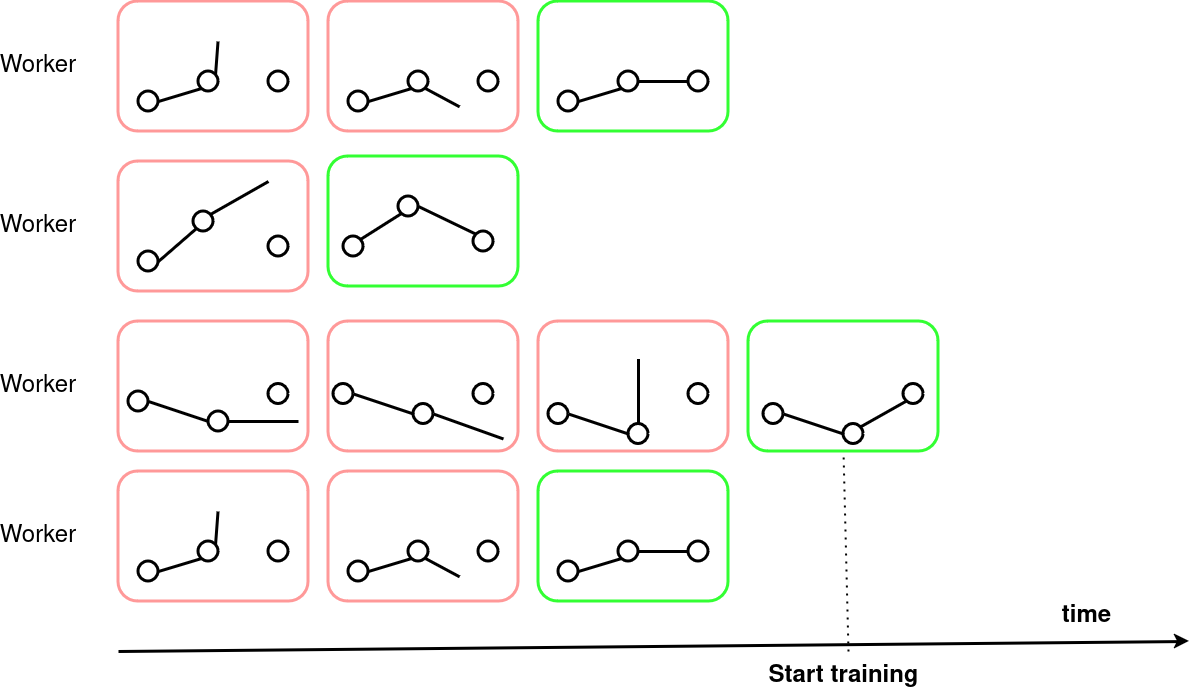
Before: moma_deep/threaded_training.drawio.png, a diagram exported from draw.io (JonasBlx/graph). Source tidied: cells renumbered, new cells last; positions are measured from the earlier drawing's top-left corner, leaving out a move shared by most shapes. The source it was exported from:
```xml
<mxGraphModel>
  <root>
    <mxCell id="0" />
    <mxCell id="1" parent="0" />
    <mxCell id="2" style="rounded=1;whiteSpace=wrap;html=1;strokeColor=#FF9999;strokeWidth=3;" parent="1" vertex="1">
      <mxGeometry x="110" width="190" height="130" as="geometry" />
    </mxCell>
    <mxCell id="3" style="ellipse;whiteSpace=wrap;html=1;strokeWidth=3;" parent="1" vertex="1">
      <mxGeometry x="130" y="90" width="20" height="20" as="geometry" />
    </mxCell>
    <mxCell id="4" style="endArrow=none;html=1;rounded=0;exitX=1;exitY=0.5;exitDx=0;exitDy=0;entryX=0;entryY=1;entryDx=0;entryDy=0;strokeWidth=3;" parent="1" edge="1" source="3" target="5">
      <mxGeometry relative="1" as="geometry" />
    </mxCell>
    <mxCell id="5" style="ellipse;whiteSpace=wrap;html=1;strokeWidth=3;" parent="1" vertex="1">
      <mxGeometry x="190" y="70" width="20" height="20" as="geometry" />
    </mxCell>
    <mxCell id="6" style="endArrow=none;html=1;rounded=0;exitX=1;exitY=0;exitDx=0;exitDy=0;strokeWidth=3;" parent="1" edge="1" source="5">
      <mxGeometry relative="1" as="geometry">
        <mxPoint x="209.5" y="40" as="targetPoint" />
      </mxGeometry>
    </mxCell>
    <mxCell id="7" style="ellipse;whiteSpace=wrap;html=1;strokeWidth=3;" parent="1" vertex="1">
      <mxGeometry x="260" y="70" width="20" height="20" as="geometry" />
    </mxCell>
    <mxCell id="8" style="rounded=1;whiteSpace=wrap;html=1;strokeColor=#FF9999;strokeWidth=3;" parent="1" vertex="1">
      <mxGeometry x="320" width="190" height="130" as="geometry" />
    </mxCell>
    <mxCell id="9" style="ellipse;whiteSpace=wrap;html=1;strokeWidth=3;" parent="1" vertex="1">
      <mxGeometry x="340" y="90" width="20" height="20" as="geometry" />
    </mxCell>
    <mxCell id="10" style="endArrow=none;html=1;rounded=0;exitX=1;exitY=0.5;exitDx=0;exitDy=0;entryX=0;entryY=1;entryDx=0;entryDy=0;strokeWidth=3;" parent="1" edge="1" source="9" target="11">
      <mxGeometry relative="1" as="geometry" />
    </mxCell>
    <mxCell id="11" style="ellipse;whiteSpace=wrap;html=1;strokeWidth=3;" parent="1" vertex="1">
      <mxGeometry x="400" y="70" width="20" height="20" as="geometry" />
    </mxCell>
    <mxCell id="12" style="endArrow=none;html=1;rounded=0;exitX=1;exitY=1;exitDx=0;exitDy=0;strokeWidth=3;" parent="1" edge="1" source="11">
      <mxGeometry relative="1" as="geometry">
        <mxPoint x="451.1" y="105.4" as="targetPoint" />
      </mxGeometry>
    </mxCell>
    <mxCell id="13" style="ellipse;whiteSpace=wrap;html=1;strokeWidth=3;" parent="1" vertex="1">
      <mxGeometry x="470" y="70" width="20" height="20" as="geometry" />
    </mxCell>
    <mxCell id="14" style="rounded=1;whiteSpace=wrap;html=1;strokeColor=#33FF33;strokeWidth=3;" parent="1" vertex="1">
      <mxGeometry x="530" width="190" height="130" as="geometry" />
    </mxCell>
    <mxCell id="15" style="ellipse;whiteSpace=wrap;html=1;strokeWidth=3;" parent="1" vertex="1">
      <mxGeometry x="550" y="90" width="20" height="20" as="geometry" />
    </mxCell>
    <mxCell id="16" style="endArrow=none;html=1;rounded=0;exitX=1;exitY=0.5;exitDx=0;exitDy=0;entryX=0;entryY=1;entryDx=0;entryDy=0;strokeWidth=3;" parent="1" edge="1" source="15" target="17">
      <mxGeometry relative="1" as="geometry" />
    </mxCell>
    <mxCell id="17" style="ellipse;whiteSpace=wrap;html=1;strokeWidth=3;" parent="1" vertex="1">
      <mxGeometry x="610" y="70" width="20" height="20" as="geometry" />
    </mxCell>
    <mxCell id="18" style="endArrow=none;html=1;rounded=0;exitX=1;exitY=0.5;exitDx=0;exitDy=0;entryX=0;entryY=0.5;entryDx=0;entryDy=0;strokeWidth=3;" parent="1" edge="1" source="17" target="19">
      <mxGeometry relative="1" as="geometry" />
    </mxCell>
    <mxCell id="19" style="ellipse;whiteSpace=wrap;html=1;strokeWidth=3;" parent="1" vertex="1">
      <mxGeometry x="680" y="70" width="20" height="20" as="geometry" />
    </mxCell>
    <mxCell id="20" style="rounded=1;whiteSpace=wrap;html=1;strokeColor=#FF9999;strokeWidth=3;" parent="1" vertex="1">
      <mxGeometry x="110" y="160" width="190" height="130" as="geometry" />
    </mxCell>
    <mxCell id="21" style="rounded=1;whiteSpace=wrap;html=1;strokeColor=#33FF33;strokeWidth=3;" parent="1" vertex="1">
      <mxGeometry x="320" y="155" width="190" height="130" as="geometry" />
    </mxCell>
    <mxCell id="22" style="ellipse;whiteSpace=wrap;html=1;strokeWidth=3;" parent="1" vertex="1">
      <mxGeometry x="130" y="250" width="20" height="20" as="geometry" />
    </mxCell>
    <mxCell id="23" style="endArrow=none;html=1;rounded=0;exitX=1;exitY=0.5;exitDx=0;exitDy=0;entryX=0;entryY=1;entryDx=0;entryDy=0;strokeWidth=3;" parent="1" edge="1" source="22" target="24">
      <mxGeometry relative="1" as="geometry" />
    </mxCell>
    <mxCell id="24" style="ellipse;whiteSpace=wrap;html=1;strokeWidth=3;" parent="1" vertex="1">
      <mxGeometry x="185" y="210" width="20" height="20" as="geometry" />
    </mxCell>
    <mxCell id="25" style="ellipse;whiteSpace=wrap;html=1;strokeWidth=3;" parent="1" vertex="1">
      <mxGeometry x="260" y="235" width="20" height="20" as="geometry" />
    </mxCell>
    <mxCell id="26" style="endArrow=none;html=1;rounded=0;entryX=1;entryY=0;entryDx=0;entryDy=0;strokeWidth=3;" parent="1" edge="1" target="24">
      <mxGeometry relative="1" as="geometry">
        <mxPoint x="260" y="180" as="sourcePoint" />
      </mxGeometry>
    </mxCell>
    <mxCell id="27" style="ellipse;whiteSpace=wrap;html=1;strokeWidth=3;" parent="1" vertex="1">
      <mxGeometry x="335" y="235" width="20" height="20" as="geometry" />
    </mxCell>
    <mxCell id="28" style="endArrow=none;html=1;rounded=0;exitX=1;exitY=0;exitDx=0;exitDy=0;entryX=0;entryY=1;entryDx=0;entryDy=0;strokeWidth=3;" parent="1" edge="1" source="27" target="29">
      <mxGeometry relative="1" as="geometry" />
    </mxCell>
    <mxCell id="29" style="ellipse;whiteSpace=wrap;html=1;strokeWidth=3;" parent="1" vertex="1">
      <mxGeometry x="390" y="195" width="20" height="20" as="geometry" />
    </mxCell>
    <mxCell id="30" style="ellipse;whiteSpace=wrap;html=1;strokeWidth=3;" parent="1" vertex="1">
      <mxGeometry x="465" y="230" width="20" height="20" as="geometry" />
    </mxCell>
    <mxCell id="31" style="endArrow=none;html=1;rounded=0;entryX=1;entryY=0.5;entryDx=0;entryDy=0;exitX=0;exitY=0;exitDx=0;exitDy=0;strokeWidth=3;" parent="1" edge="1" source="30" target="29">
      <mxGeometry relative="1" as="geometry" />
    </mxCell>
    <mxCell id="32" style="rounded=1;whiteSpace=wrap;html=1;strokeColor=#FF9999;strokeWidth=3;" parent="1" vertex="1">
      <mxGeometry x="110" y="320" width="190" height="130" as="geometry" />
    </mxCell>
    <mxCell id="33" style="rounded=1;whiteSpace=wrap;html=1;strokeColor=#FF9999;strokeWidth=3;" parent="1" vertex="1">
      <mxGeometry x="320" y="320" width="190" height="130" as="geometry" />
    </mxCell>
    <mxCell id="34" style="rounded=1;whiteSpace=wrap;html=1;strokeColor=#FF9999;strokeWidth=3;" parent="1" vertex="1">
      <mxGeometry x="530" y="320" width="190" height="130" as="geometry" />
    </mxCell>
    <mxCell id="35" style="rounded=1;whiteSpace=wrap;html=1;strokeColor=#33FF33;strokeWidth=3;" parent="1" vertex="1">
      <mxGeometry x="740" y="320" width="190" height="130" as="geometry" />
    </mxCell>
    <mxCell id="36" style="ellipse;whiteSpace=wrap;html=1;strokeWidth=3;" parent="1" vertex="1">
      <mxGeometry x="120" y="390" width="20" height="20" as="geometry" />
    </mxCell>
    <mxCell id="37" style="endArrow=none;html=1;rounded=0;exitX=1;exitY=0.5;exitDx=0;exitDy=0;entryX=0;entryY=0.5;entryDx=0;entryDy=0;strokeWidth=3;" parent="1" edge="1" source="36" target="38">
      <mxGeometry relative="1" as="geometry" />
    </mxCell>
    <mxCell id="38" style="ellipse;whiteSpace=wrap;html=1;strokeWidth=3;" parent="1" vertex="1">
      <mxGeometry x="200" y="410" width="20" height="20" as="geometry" />
    </mxCell>
    <mxCell id="39" style="ellipse;whiteSpace=wrap;html=1;strokeWidth=3;" parent="1" vertex="1">
      <mxGeometry x="260" y="382.5" width="20" height="20" as="geometry" />
    </mxCell>
    <mxCell id="40" style="endArrow=none;html=1;rounded=0;entryX=1;entryY=0.5;entryDx=0;entryDy=0;strokeWidth=3;" parent="1" edge="1" target="38">
      <mxGeometry relative="1" as="geometry">
        <mxPoint x="290" y="420" as="sourcePoint" />
      </mxGeometry>
    </mxCell>
    <mxCell id="41" style="ellipse;whiteSpace=wrap;html=1;strokeWidth=3;" parent="1" vertex="1">
      <mxGeometry x="325" y="382.5" width="20" height="20" as="geometry" />
    </mxCell>
    <mxCell id="42" style="endArrow=none;html=1;rounded=0;exitX=1;exitY=0.5;exitDx=0;exitDy=0;entryX=0;entryY=0.5;entryDx=0;entryDy=0;strokeWidth=3;" parent="1" edge="1" source="41" target="43">
      <mxGeometry relative="1" as="geometry" />
    </mxCell>
    <mxCell id="43" style="ellipse;whiteSpace=wrap;html=1;strokeWidth=3;" parent="1" vertex="1">
      <mxGeometry x="405" y="402.5" width="20" height="20" as="geometry" />
    </mxCell>
    <mxCell id="44" style="ellipse;whiteSpace=wrap;html=1;strokeWidth=3;" parent="1" vertex="1">
      <mxGeometry x="465" y="382.5" width="20" height="20" as="geometry" />
    </mxCell>
    <mxCell id="45" style="endArrow=none;html=1;rounded=0;entryX=1;entryY=0.5;entryDx=0;entryDy=0;strokeWidth=3;" parent="1" edge="1" target="43">
      <mxGeometry relative="1" as="geometry">
        <mxPoint x="495" y="437.5" as="sourcePoint" />
      </mxGeometry>
    </mxCell>
    <mxCell id="46" style="ellipse;whiteSpace=wrap;html=1;strokeWidth=3;" parent="1" vertex="1">
      <mxGeometry x="540" y="402.5" width="20" height="20" as="geometry" />
    </mxCell>
    <mxCell id="47" style="endArrow=none;html=1;rounded=0;exitX=1;exitY=0.5;exitDx=0;exitDy=0;entryX=0;entryY=0.5;entryDx=0;entryDy=0;strokeWidth=3;" parent="1" edge="1" source="46" target="48">
      <mxGeometry relative="1" as="geometry" />
    </mxCell>
    <mxCell id="48" style="ellipse;whiteSpace=wrap;html=1;strokeWidth=3;" parent="1" vertex="1">
      <mxGeometry x="620" y="422.5" width="20" height="20" as="geometry" />
    </mxCell>
    <mxCell id="49" style="ellipse;whiteSpace=wrap;html=1;strokeWidth=3;" parent="1" vertex="1">
      <mxGeometry x="680" y="382.5" width="20" height="20" as="geometry" />
    </mxCell>
    <mxCell id="50" style="endArrow=none;html=1;rounded=0;entryX=0.5;entryY=0;entryDx=0;entryDy=0;strokeWidth=3;" parent="1" edge="1" target="48">
      <mxGeometry relative="1" as="geometry">
        <mxPoint x="630" y="357.5" as="sourcePoint" />
      </mxGeometry>
    </mxCell>
    <mxCell id="51" style="ellipse;whiteSpace=wrap;html=1;strokeWidth=3;" parent="1" vertex="1">
      <mxGeometry x="755" y="402.5" width="20" height="20" as="geometry" />
    </mxCell>
    <mxCell id="52" style="endArrow=none;html=1;rounded=0;exitX=1;exitY=0.5;exitDx=0;exitDy=0;entryX=0;entryY=0.5;entryDx=0;entryDy=0;strokeWidth=3;" parent="1" edge="1" source="51" target="53">
      <mxGeometry relative="1" as="geometry" />
    </mxCell>
    <mxCell id="53" style="ellipse;whiteSpace=wrap;html=1;strokeWidth=3;" parent="1" vertex="1">
      <mxGeometry x="835" y="422.5" width="20" height="20" as="geometry" />
    </mxCell>
    <mxCell id="54" style="ellipse;whiteSpace=wrap;html=1;strokeWidth=3;" parent="1" vertex="1">
      <mxGeometry x="895" y="382.5" width="20" height="20" as="geometry" />
    </mxCell>
    <mxCell id="55" style="endArrow=none;html=1;rounded=0;entryX=1;entryY=0;entryDx=0;entryDy=0;exitX=0;exitY=1;exitDx=0;exitDy=0;strokeWidth=3;" parent="1" edge="1" source="54" target="53">
      <mxGeometry relative="1" as="geometry" />
    </mxCell>
    <mxCell id="56" style="rounded=1;whiteSpace=wrap;html=1;strokeColor=#FF9999;strokeWidth=3;" parent="1" vertex="1">
      <mxGeometry x="110" y="470" width="190" height="130" as="geometry" />
    </mxCell>
    <mxCell id="57" style="ellipse;whiteSpace=wrap;html=1;strokeWidth=3;" parent="1" vertex="1">
      <mxGeometry x="130" y="560" width="20" height="20" as="geometry" />
    </mxCell>
    <mxCell id="58" style="endArrow=none;html=1;rounded=0;exitX=1;exitY=0.5;exitDx=0;exitDy=0;entryX=0;entryY=1;entryDx=0;entryDy=0;strokeWidth=3;" parent="1" edge="1" source="57" target="59">
      <mxGeometry relative="1" as="geometry" />
    </mxCell>
    <mxCell id="59" style="ellipse;whiteSpace=wrap;html=1;strokeWidth=3;" parent="1" vertex="1">
      <mxGeometry x="190" y="540" width="20" height="20" as="geometry" />
    </mxCell>
    <mxCell id="60" style="endArrow=none;html=1;rounded=0;exitX=1;exitY=0;exitDx=0;exitDy=0;strokeWidth=3;" parent="1" edge="1" source="59">
      <mxGeometry relative="1" as="geometry">
        <mxPoint x="209.5" y="510" as="targetPoint" />
      </mxGeometry>
    </mxCell>
    <mxCell id="61" style="ellipse;whiteSpace=wrap;html=1;strokeWidth=3;" parent="1" vertex="1">
      <mxGeometry x="260" y="540" width="20" height="20" as="geometry" />
    </mxCell>
    <mxCell id="62" style="rounded=1;whiteSpace=wrap;html=1;strokeColor=#FF9999;strokeWidth=3;" parent="1" vertex="1">
      <mxGeometry x="320" y="470" width="190" height="130" as="geometry" />
    </mxCell>
    <mxCell id="63" style="ellipse;whiteSpace=wrap;html=1;strokeWidth=3;" parent="1" vertex="1">
      <mxGeometry x="340" y="560" width="20" height="20" as="geometry" />
    </mxCell>
    <mxCell id="64" style="endArrow=none;html=1;rounded=0;exitX=1;exitY=0.5;exitDx=0;exitDy=0;entryX=0;entryY=1;entryDx=0;entryDy=0;strokeWidth=3;" parent="1" edge="1" source="63" target="65">
      <mxGeometry relative="1" as="geometry" />
    </mxCell>
    <mxCell id="65" style="ellipse;whiteSpace=wrap;html=1;strokeWidth=3;" parent="1" vertex="1">
      <mxGeometry x="400" y="540" width="20" height="20" as="geometry" />
    </mxCell>
    <mxCell id="66" style="endArrow=none;html=1;rounded=0;exitX=1;exitY=1;exitDx=0;exitDy=0;strokeWidth=3;" parent="1" edge="1" source="65">
      <mxGeometry relative="1" as="geometry">
        <mxPoint x="451.1" y="575.4" as="targetPoint" />
      </mxGeometry>
    </mxCell>
    <mxCell id="67" style="ellipse;whiteSpace=wrap;html=1;strokeWidth=3;" parent="1" vertex="1">
      <mxGeometry x="470" y="540" width="20" height="20" as="geometry" />
    </mxCell>
    <mxCell id="68" style="rounded=1;whiteSpace=wrap;html=1;strokeColor=#33FF33;strokeWidth=3;" parent="1" vertex="1">
      <mxGeometry x="530" y="470" width="190" height="130" as="geometry" />
    </mxCell>
    <mxCell id="69" style="ellipse;whiteSpace=wrap;html=1;strokeWidth=3;" parent="1" vertex="1">
      <mxGeometry x="550" y="560" width="20" height="20" as="geometry" />
    </mxCell>
    <mxCell id="70" style="endArrow=none;html=1;rounded=0;exitX=1;exitY=0.5;exitDx=0;exitDy=0;entryX=0;entryY=1;entryDx=0;entryDy=0;strokeWidth=3;" parent="1" edge="1" source="69" target="71">
      <mxGeometry relative="1" as="geometry" />
    </mxCell>
    <mxCell id="71" style="ellipse;whiteSpace=wrap;html=1;strokeWidth=3;" parent="1" vertex="1">
      <mxGeometry x="610" y="540" width="20" height="20" as="geometry" />
    </mxCell>
    <mxCell id="72" style="endArrow=none;html=1;rounded=0;exitX=1;exitY=0.5;exitDx=0;exitDy=0;entryX=0;entryY=0.5;entryDx=0;entryDy=0;strokeWidth=3;" parent="1" edge="1" source="71" target="73">
      <mxGeometry relative="1" as="geometry" />
    </mxCell>
    <mxCell id="73" style="ellipse;whiteSpace=wrap;html=1;strokeWidth=3;" parent="1" vertex="1">
      <mxGeometry x="680" y="540" width="20" height="20" as="geometry" />
    </mxCell>
    <mxCell id="74" value="&lt;font style=&quot;font-size: 24px;&quot;&gt;Worker&lt;/font&gt;" style="text;html=1;align=center;verticalAlign=middle;whiteSpace=wrap;rounded=0;" parent="1" vertex="1">
      <mxGeometry y="50" width="60" height="30" as="geometry" />
    </mxCell>
    <mxCell id="75" value="&lt;font style=&quot;font-size: 24px;&quot;&gt;Worker&lt;/font&gt;" style="text;html=1;align=center;verticalAlign=middle;whiteSpace=wrap;rounded=0;" parent="1" vertex="1">
      <mxGeometry y="210" width="60" height="30" as="geometry" />
    </mxCell>
    <mxCell id="76" value="&lt;font style=&quot;font-size: 24px;&quot;&gt;Worker&lt;/font&gt;" style="text;html=1;align=center;verticalAlign=middle;whiteSpace=wrap;rounded=0;" parent="1" vertex="1">
      <mxGeometry y="370" width="60" height="30" as="geometry" />
    </mxCell>
    <mxCell id="77" value="&lt;font style=&quot;font-size: 24px;&quot;&gt;Worker&lt;/font&gt;" style="text;html=1;align=center;verticalAlign=middle;whiteSpace=wrap;rounded=0;" parent="1" vertex="1">
      <mxGeometry y="520" width="60" height="30" as="geometry" />
    </mxCell>
    <mxCell id="78" style="endArrow=classic;html=1;rounded=0;strokeWidth=3;" parent="1" edge="1">
      <mxGeometry relative="1" as="geometry">
        <mxPoint x="110" y="650" as="sourcePoint" />
        <mxPoint x="1181" y="640" as="targetPoint" />
      </mxGeometry>
    </mxCell>
    <mxCell id="79" value="&lt;b&gt;&lt;font style=&quot;font-size: 24px;&quot;&gt;Start training&lt;/font&gt;&lt;/b&gt;" style="text;html=1;align=center;verticalAlign=middle;whiteSpace=wrap;rounded=0;" parent="1" vertex="1">
      <mxGeometry x="722.5" y="660" width="225" height="30" as="geometry" />
    </mxCell>
    <mxCell id="80" style="endArrow=none;dashed=1;html=1;dashPattern=1 3;strokeWidth=2;rounded=0;entryX=0.5;entryY=1;entryDx=0;entryDy=0;" parent="1" edge="1" target="35">
      <mxGeometry relative="1" as="geometry">
        <mxPoint x="840" y="650" as="sourcePoint" />
      </mxGeometry>
    </mxCell>
    <mxCell id="81" value="&lt;div&gt;&lt;b&gt;&lt;font style=&quot;font-size: 24px;&quot;&gt;time&lt;/font&gt;&lt;/b&gt;&lt;/div&gt;" style="text;html=1;align=center;verticalAlign=middle;whiteSpace=wrap;rounded=0;" parent="1" vertex="1">
      <mxGeometry x="966" y="600" width="225" height="30" as="geometry" />
    </mxCell>
  </root>
</mxGraphModel>
```
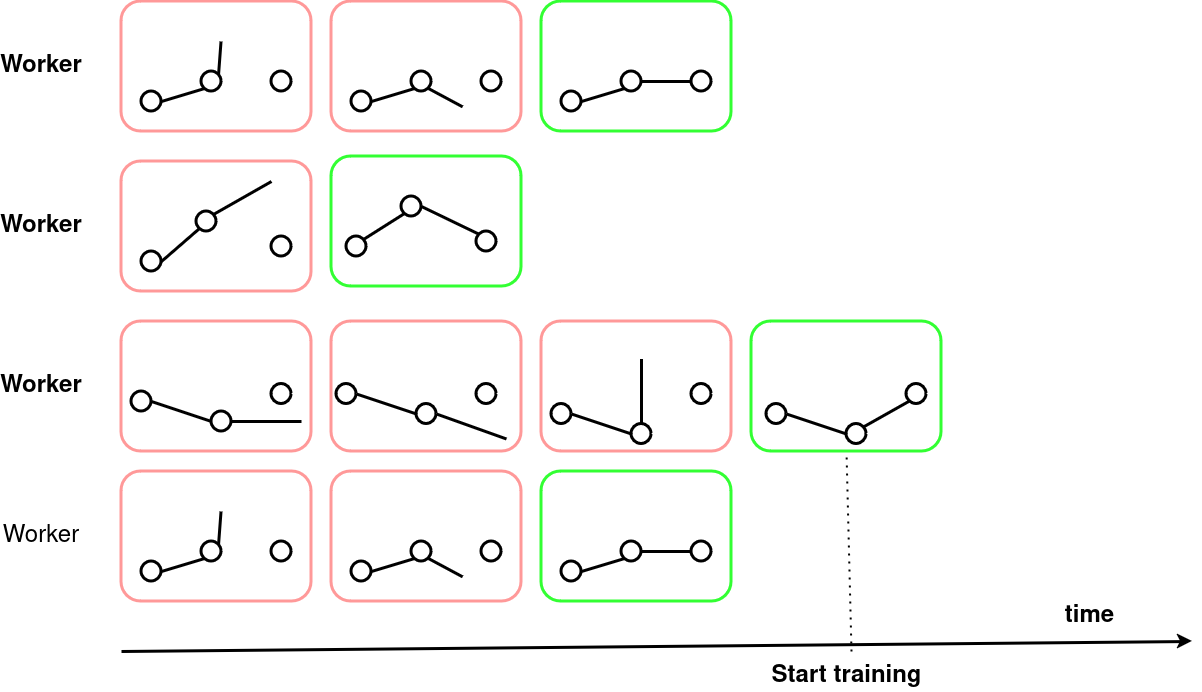
Above is the later version.

Diff of the diagram source:
```diff
@@ -234,13 +234,13 @@
     <mxCell id="73" style="ellipse;whiteSpace=wrap;html=1;strokeWidth=3;" parent="1" vertex="1">
       <mxGeometry x="680" y="540" width="20" height="20" as="geometry" />
     </mxCell>
-    <mxCell id="74" value="&lt;font style=&quot;font-size: 24px;&quot;&gt;Worker&lt;/font&gt;" style="text;html=1;align=center;verticalAlign=middle;whiteSpace=wrap;rounded=0;" parent="1" vertex="1">
+    <mxCell id="74" value="&lt;b&gt;&lt;font style=&quot;font-size: 24px;&quot;&gt;Worker&lt;/font&gt;&lt;/b&gt;" style="text;html=1;align=center;verticalAlign=middle;whiteSpace=wrap;rounded=0;" parent="1" vertex="1">
       <mxGeometry y="50" width="60" height="30" as="geometry" />
     </mxCell>
-    <mxCell id="75" value="&lt;font style=&quot;font-size: 24px;&quot;&gt;Worker&lt;/font&gt;" style="text;html=1;align=center;verticalAlign=middle;whiteSpace=wrap;rounded=0;" parent="1" vertex="1">
+    <mxCell id="75" value="&lt;b&gt;&lt;font style=&quot;font-size: 24px;&quot;&gt;Worker&lt;/font&gt;&lt;/b&gt;" style="text;html=1;align=center;verticalAlign=middle;whiteSpace=wrap;rounded=0;" parent="1" vertex="1">
       <mxGeometry y="210" width="60" height="30" as="geometry" />
     </mxCell>
-    <mxCell id="76" value="&lt;font style=&quot;font-size: 24px;&quot;&gt;Worker&lt;/font&gt;" style="text;html=1;align=center;verticalAlign=middle;whiteSpace=wrap;rounded=0;" parent="1" vertex="1">
+    <mxCell id="76" value="&lt;b&gt;&lt;font style=&quot;font-size: 24px;&quot;&gt;Worker&lt;/font&gt;&lt;/b&gt;" style="text;html=1;align=center;verticalAlign=middle;whiteSpace=wrap;rounded=0;" parent="1" vertex="1">
       <mxGeometry y="370" width="60" height="30" as="geometry" />
     </mxCell>
     <mxCell id="77" value="&lt;font style=&quot;font-size: 24px;&quot;&gt;Worker&lt;/font&gt;" style="text;html=1;align=center;verticalAlign=middle;whiteSpace=wrap;rounded=0;" parent="1" vertex="1">
```
